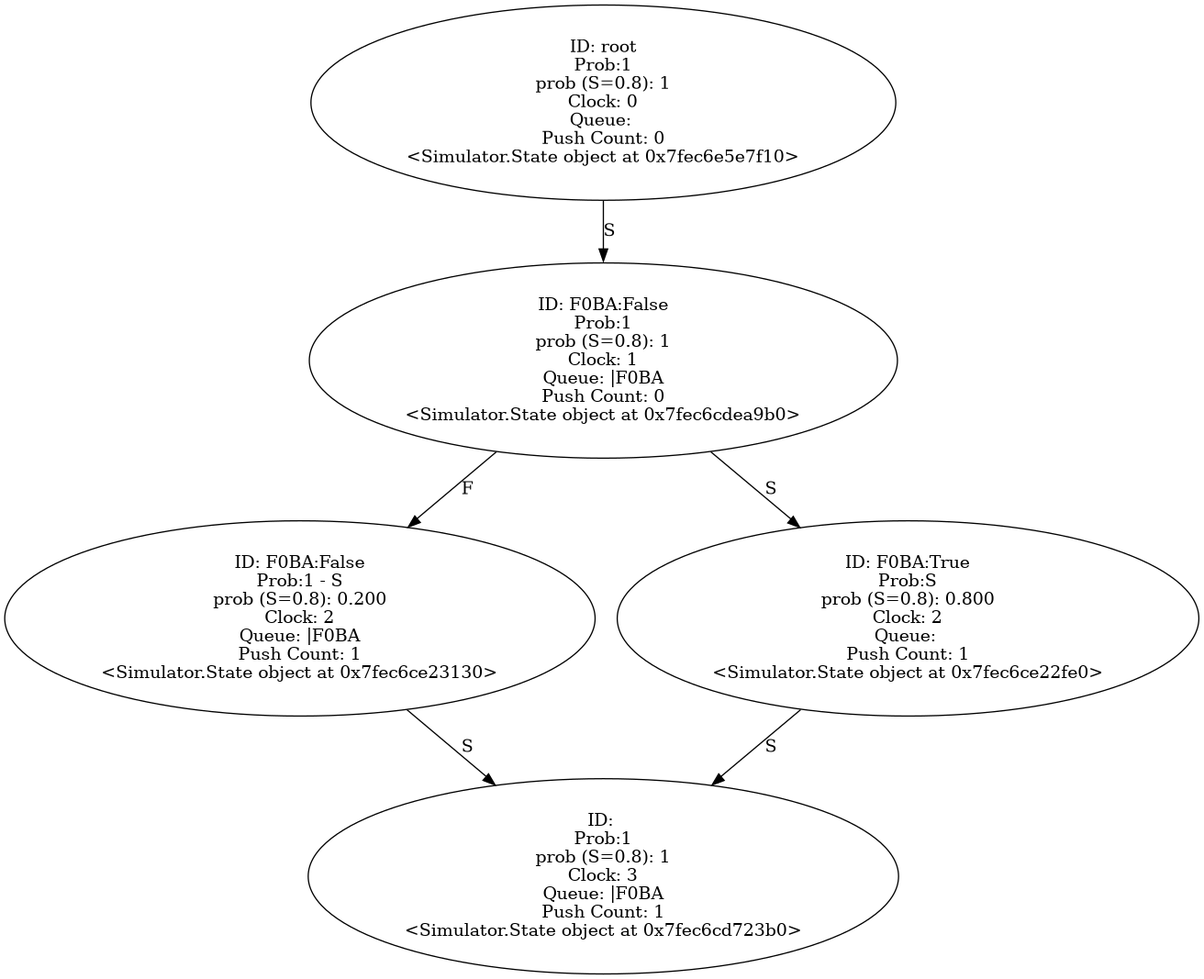
Earlier version of the Graphviz export Output/half_condition.wrp.gv.png (YasinBoloorchi/WARP-Simulator). Its source is kept beside it as Output/half_condition.wrp.gv.
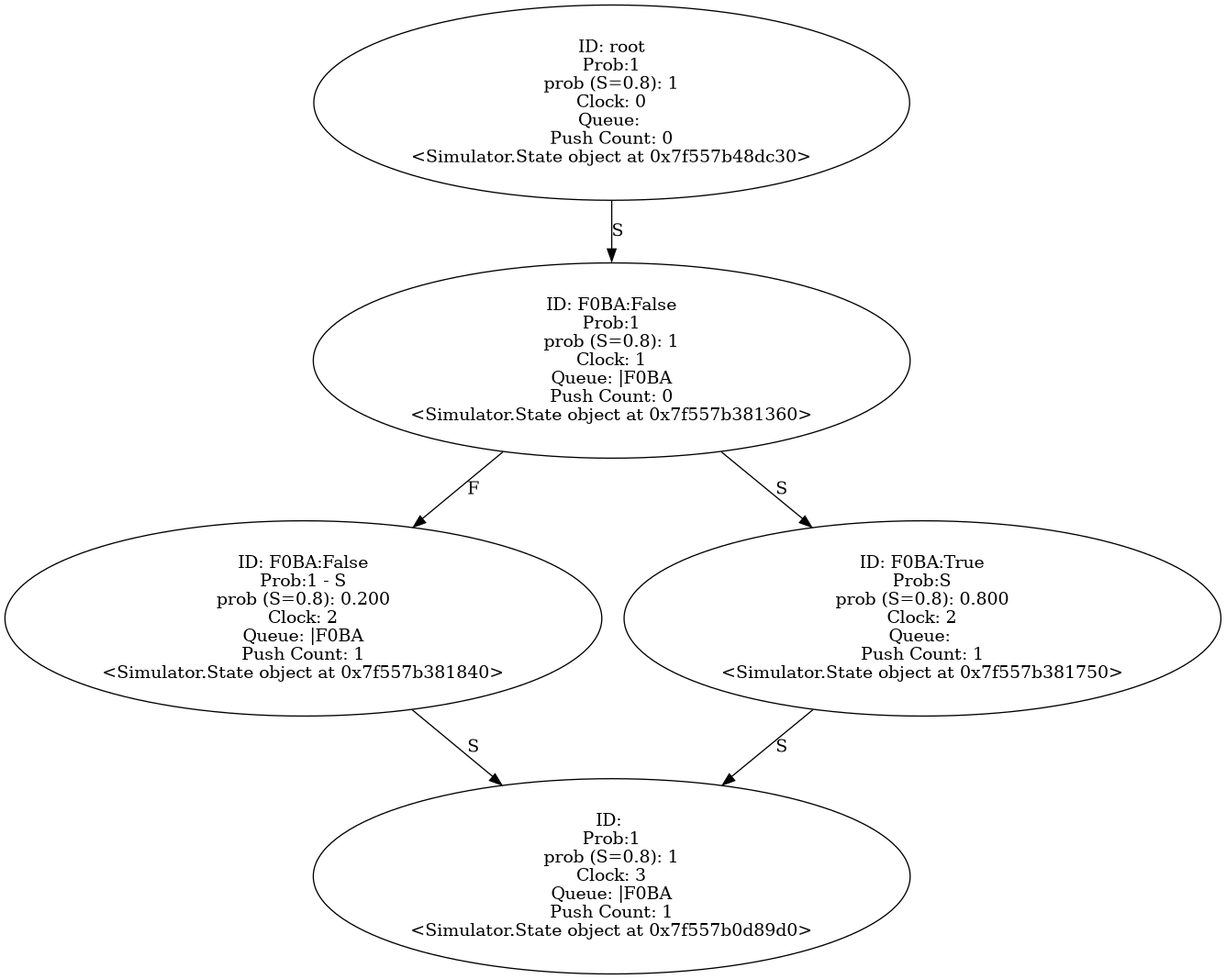
The same diagram one commit later.

Diff of the diagram source:
```diff
@@ -1,42 +1,42 @@
 digraph "./Output/half_condition.wrp" {
-	<Simulator.State object at 0x7fec6e5e7f10> [label="ID: root
+	<Simulator.State object at 0x7f557b48dc30> [label="ID: root
 Prob:1
 prob (S=0.8): 1
 Clock: 0
 Queue:
 Push Count: 0
-<Simulator.State object at 0x7fec6e5e7f10>"]
-	<Simulator.State object at 0x7fec6e5e7f10> -> <Simulator.State object at 0x7fec6cdea9b0> [label=S]
-	<Simulator.State object at 0x7fec6cdea9b0> [label="ID: F0BA:False
+<Simulator.State object at 0x7f557b48dc30>"]
+	<Simulator.State object at 0x7f557b48dc30> -> <Simulator.State object at 0x7f557b381360> [label=S]
+	<Simulator.State object at 0x7f557b381360> [label="ID: F0BA:False
 Prob:1
 prob (S=0.8): 1
 Clock: 1
 Queue: |F0BA
 Push Count: 0
-<Simulator.State object at 0x7fec6cdea9b0>"]
-	<Simulator.State object at 0x7fec6cdea9b0> -> <Simulator.State object at 0x7fec6ce23130> [label=F]
-	<Simulator.State object at 0x7fec6cdea9b0> -> <Simulator.State object at 0x7fec6ce22fe0> [label=S]
-	<Simulator.State object at 0x7fec6ce23130> [label="ID: F0BA:False
+<Simulator.State object at 0x7f557b381360>"]
+	<Simulator.State object at 0x7f557b381360> -> <Simulator.State object at 0x7f557b381840> [label=F]
+	<Simulator.State object at 0x7f557b381360> -> <Simulator.State object at 0x7f557b381750> [label=S]
+	<Simulator.State object at 0x7f557b381840> [label="ID: F0BA:False
 Prob:1 - S
 prob (S=0.8): 0.200
 Clock: 2
 Queue: |F0BA
 Push Count: 1
-<Simulator.State object at 0x7fec6ce23130>"]
-	<Simulator.State object at 0x7fec6ce23130> -> <Simulator.State object at 0x7fec6cd723b0> [label=S]
-	<Simulator.State object at 0x7fec6ce22fe0> [label="ID: F0BA:True
+<Simulator.State object at 0x7f557b381840>"]
+	<Simulator.State object at 0x7f557b381840> -> <Simulator.State object at 0x7f557b0d89d0> [label=S]
+	<Simulator.State object at 0x7f557b381750> [label="ID: F0BA:True
 Prob:S
 prob (S=0.8): 0.800
 Clock: 2
 Queue:
 Push Count: 1
-<Simulator.State object at 0x7fec6ce22fe0>"]
-	<Simulator.State object at 0x7fec6ce22fe0> -> <Simulator.State object at 0x7fec6cd723b0> [label=S]
-	<Simulator.State object at 0x7fec6cd723b0> [label="ID:
+<Simulator.State object at 0x7f557b381750>"]
+	<Simulator.State object at 0x7f557b381750> -> <Simulator.State object at 0x7f557b0d89d0> [label=S]
+	<Simulator.State object at 0x7f557b0d89d0> [label="ID:
 Prob:1
 prob (S=0.8): 1
 Clock: 3
 Queue: |F0BA
 Push Count: 1
-<Simulator.State object at 0x7fec6cd723b0>"]
+<Simulator.State object at 0x7f557b0d89d0>"]
 }
```
